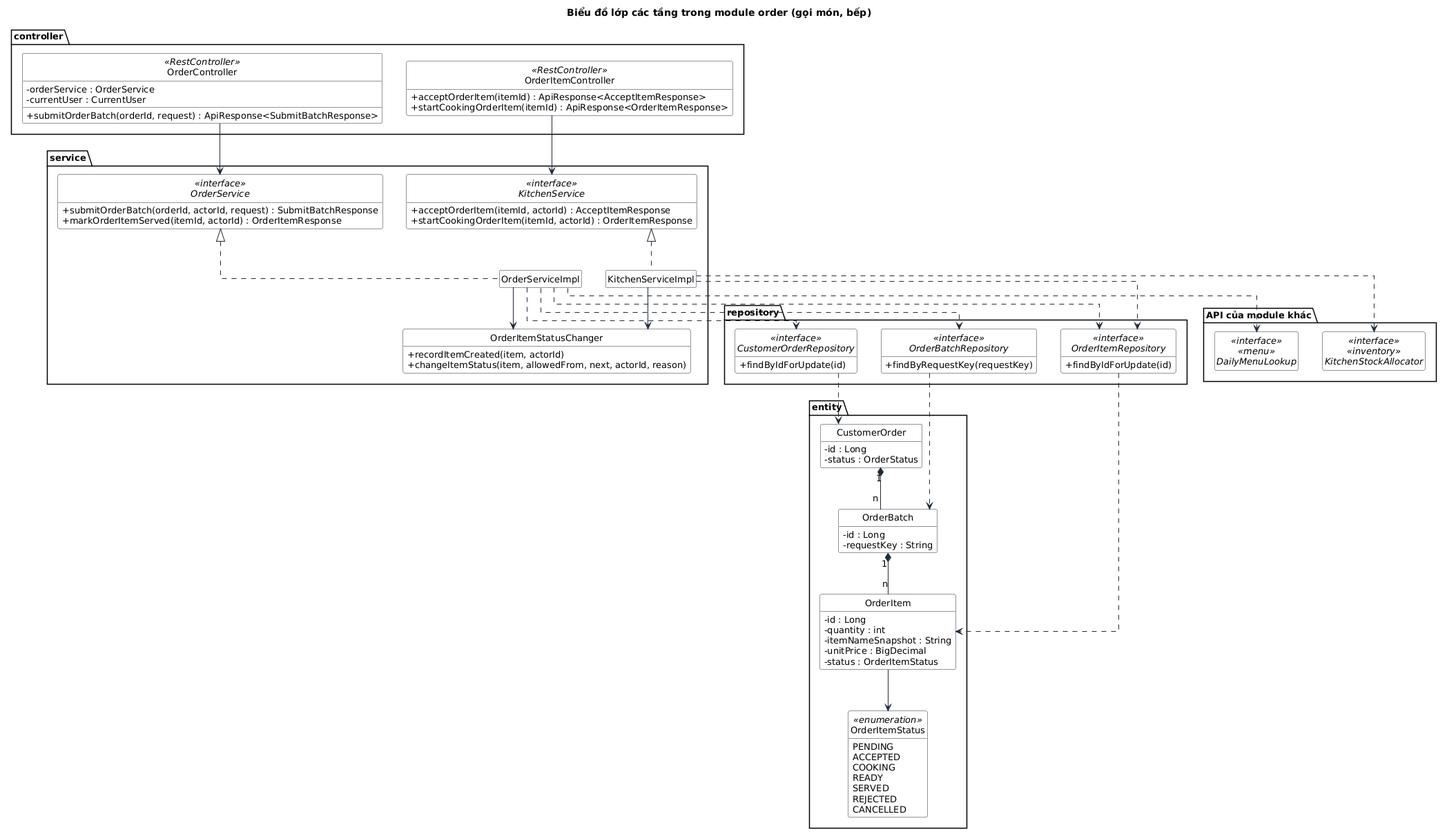
Above: docs/bao-cao-ltnc/uml/class-ban-hang.png in Anpham120/restaurant-management-system (PlantUML), before the change.
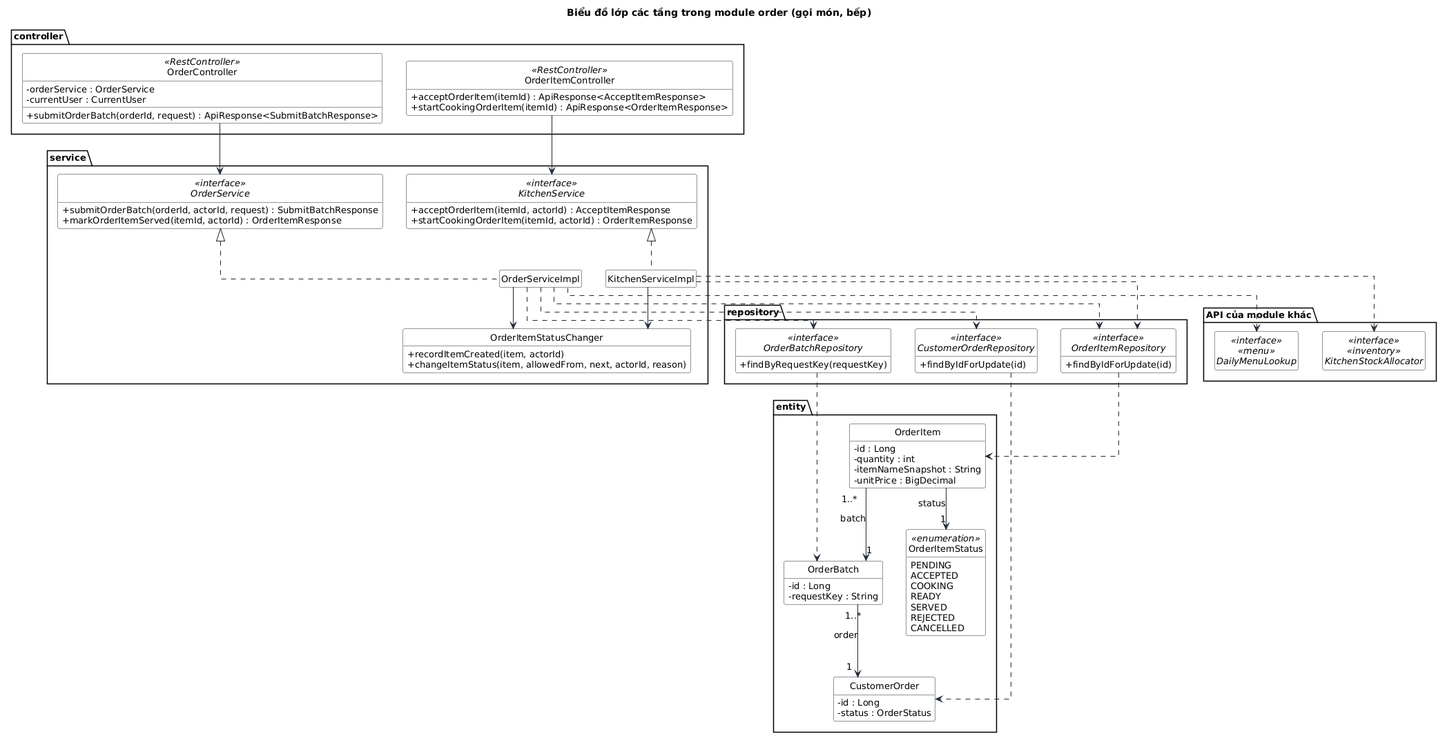
Above is the later version.

Change to the diagram source:
```diff
@@ -57,7 +57,6 @@
     - quantity : int
     - itemNameSnapshot : String
     - unitPrice : BigDecimal
-    - status : OrderItemStatus
   }
   enum OrderItemStatus <<enumeration>> {
     PENDING
@@ -89,7 +88,7 @@
 CustomerOrderRepository ..> CustomerOrder
 OrderBatchRepository ..> OrderBatch
 OrderItemRepository ..> OrderItem
-CustomerOrder "1" *-- "n" OrderBatch
-OrderBatch "1" *-- "n" OrderItem
-OrderItem --> OrderItemStatus
+OrderBatch "1..*" --> "1" CustomerOrder : order
+OrderItem "1..*" --> "1" OrderBatch : batch
+OrderItem --> "1" OrderItemStatus : status
 @enduml
```
